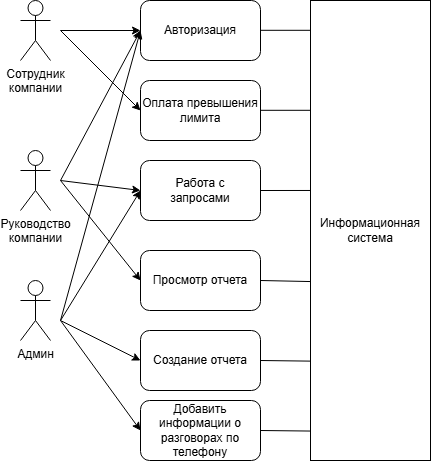
Before: media/1 Варианты использования.drawio.png, a diagram exported from draw.io (Maxorella/db_coursework). Source tidied: cells renumbered, new cells last; positions are measured from the earlier drawing's top-left corner, leaving out a move shared by most shapes.
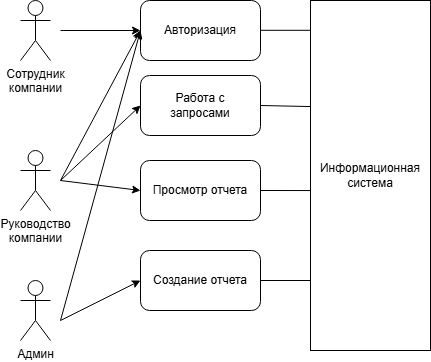
The same diagram one commit later.

The edit, as a diff of the source:
```diff
@@ -14,14 +14,11 @@
     <mxCell id="5" value="Авторизация" style="rounded=1;whiteSpace=wrap;html=1;" parent="1" vertex="1">
       <mxGeometry x="120" width="120" height="60" as="geometry" />
     </mxCell>
-    <mxCell id="6" value="Оплата превышения лимита" style="rounded=1;whiteSpace=wrap;html=1;" parent="1" vertex="1">
-      <mxGeometry x="120" y="80" width="120" height="60" as="geometry" />
-    </mxCell>
     <mxCell id="7" value="Работа с&lt;div&gt;запросами&lt;/div&gt;" style="rounded=1;whiteSpace=wrap;html=1;" parent="1" vertex="1">
-      <mxGeometry x="120" y="160" width="120" height="60" as="geometry" />
+      <mxGeometry x="120" y="75" width="120" height="60" as="geometry" />
     </mxCell>
     <mxCell id="8" value="Создание отчета" style="rounded=1;whiteSpace=wrap;html=1;" parent="1" vertex="1">
-      <mxGeometry x="120" y="330" width="120" height="60" as="geometry" />
+      <mxGeometry x="120" y="250" width="120" height="60" as="geometry" />
     </mxCell>
     <mxCell id="9" style="endArrow=classic;html=1;rounded=0;entryX=0;entryY=0.5;entryDx=0;entryDy=0;" parent="1" edge="1" target="5">
       <mxGeometry relative="1" as="geometry">
@@ -44,36 +41,19 @@
         <mxPoint x="40" y="320" as="sourcePoint" />
       </mxGeometry>
     </mxCell>
-    <mxCell id="13" style="endArrow=classic;html=1;rounded=0;entryX=0;entryY=0.5;entryDx=0;entryDy=0;" parent="1" edge="1" target="7">
-      <mxGeometry relative="1" as="geometry">
-        <mxPoint x="40" y="320" as="sourcePoint" />
-      </mxGeometry>
-    </mxCell>
-    <mxCell id="14" style="endArrow=classic;html=1;rounded=0;entryX=0;entryY=0.5;entryDx=0;entryDy=0;" parent="1" edge="1" target="6">
-      <mxGeometry relative="1" as="geometry">
-        <mxPoint x="40" y="30" as="sourcePoint" />
-      </mxGeometry>
-    </mxCell>
     <mxCell id="15" style="endArrow=classic;html=1;rounded=0;entryX=0;entryY=0.5;entryDx=0;entryDy=0;" parent="1" edge="1" target="7">
       <mxGeometry relative="1" as="geometry">
         <mxPoint x="40" y="180" as="sourcePoint" />
       </mxGeometry>
     </mxCell>
     <mxCell id="16" value="Информационная&lt;div&gt;система&lt;/div&gt;" style="rounded=0;whiteSpace=wrap;html=1;" parent="1" vertex="1">
-      <mxGeometry x="290" width="120" height="460" as="geometry" />
+      <mxGeometry x="290" width="120" height="350" as="geometry" />
     </mxCell>
-    <mxCell id="17" style="endArrow=none;html=1;rounded=0;exitX=1;exitY=0.5;exitDx=0;exitDy=0;entryX=0.004;entryY=0.784;entryDx=0;entryDy=0;entryPerimeter=0;" parent="1" edge="1" source="8" target="16">
-      <mxGeometry relative="1" as="geometry" />
+    <mxCell id="17" style="endArrow=none;html=1;rounded=0;exitX=1;exitY=0.5;exitDx=0;exitDy=0;" parent="1" edge="1" source="8">
+      <mxGeometry relative="1" as="geometry">
+        <mxPoint x="290" y="280" as="targetPoint" />
+      </mxGeometry>
     </mxCell>
-    <mxCell id="18" style="endArrow=none;html=1;rounded=0;exitX=1;exitY=0.5;exitDx=0;exitDy=0;entryX=0.004;entryY=0.413;entryDx=0;entryDy=0;entryPerimeter=0;" parent="1" edge="1" source="7" target="16">
-      <mxGeometry relative="1" as="geometry" />
-    </mxCell>
-    <mxCell id="19" style="endArrow=none;html=1;rounded=0;exitX=1;exitY=0.5;exitDx=0;exitDy=0;entryX=0;entryY=0.633;entryDx=0;entryDy=0;entryPerimeter=0;" parent="1" edge="1">
-      <mxGeometry relative="1" as="geometry">
-        <mxPoint x="240" y="109.8" as="sourcePoint" />
-        <mxPoint x="290" y="109.8" as="targetPoint" />
-      </mxGeometry>
-    </mxCell>
     <mxCell id="20" style="endArrow=none;html=1;rounded=0;exitX=1;exitY=0.5;exitDx=0;exitDy=0;entryX=0;entryY=0.633;entryDx=0;entryDy=0;entryPerimeter=0;" parent="1" edge="1">
       <mxGeometry relative="1" as="geometry">
         <mxPoint x="240" y="29.8" as="sourcePoint" />
@@ -81,26 +61,18 @@
       </mxGeometry>
     </mxCell>
     <mxCell id="21" value="Просмотр отчета" style="rounded=1;whiteSpace=wrap;html=1;" parent="1" vertex="1">
-      <mxGeometry x="120" y="250" width="120" height="60" as="geometry" />
+      <mxGeometry x="120" y="160" width="120" height="60" as="geometry" />
     </mxCell>
-    <mxCell id="22" value="Добавить информации о разговорах по телефону" style="rounded=1;whiteSpace=wrap;html=1;" parent="1" vertex="1">
-      <mxGeometry x="120" y="400" width="120" height="60" as="geometry" />
-    </mxCell>
-    <mxCell id="23" style="endArrow=classic;html=1;rounded=0;entryX=0;entryY=0.5;entryDx=0;entryDy=0;" parent="1" edge="1" target="22">
-      <mxGeometry relative="1" as="geometry">
-        <mxPoint x="40" y="320" as="sourcePoint" />
-      </mxGeometry>
-    </mxCell>
     <mxCell id="24" style="endArrow=classic;html=1;rounded=0;entryX=0;entryY=0.5;entryDx=0;entryDy=0;" parent="1" edge="1" target="21">
       <mxGeometry relative="1" as="geometry">
         <mxPoint x="40" y="180" as="sourcePoint" />
       </mxGeometry>
     </mxCell>
-    <mxCell id="25" style="endArrow=none;html=1;rounded=0;exitX=1;exitY=0.5;exitDx=0;exitDy=0;entryX=-0.001;entryY=0.611;entryDx=0;entryDy=0;entryPerimeter=0;" parent="1" edge="1" source="21" target="16">
+    <mxCell id="25" style="endArrow=none;html=1;rounded=0;exitX=1;exitY=0.5;exitDx=0;exitDy=0;entryX=0;entryY=0.543;entryDx=0;entryDy=0;entryPerimeter=0;" parent="1" edge="1" source="21" target="16">
       <mxGeometry relative="1" as="geometry" />
     </mxCell>
-    <mxCell id="26" style="endArrow=none;html=1;rounded=0;exitX=1;exitY=0.5;exitDx=0;exitDy=0;entryX=-0.001;entryY=0.936;entryDx=0;entryDy=0;entryPerimeter=0;" parent="1" edge="1" source="22" target="16">
-      <mxGeometry relative="1" as="geometry" />
-    </mxCell>
+    <mxCell id="18" style="endArrow=none;html=1;rounded=0;exitX=1;exitY=0.5;exitDx=0;exitDy=0;entryX=-0.004;entryY=0.303;entryDx=0;entryDy=0;entryPerimeter=0;" parent="1" edge="1" source="7" target="16">
+      <mxGeometry relative="1" as="geometry" />
+    </mxCell>
   </root>
 </mxGraphModel>
```
